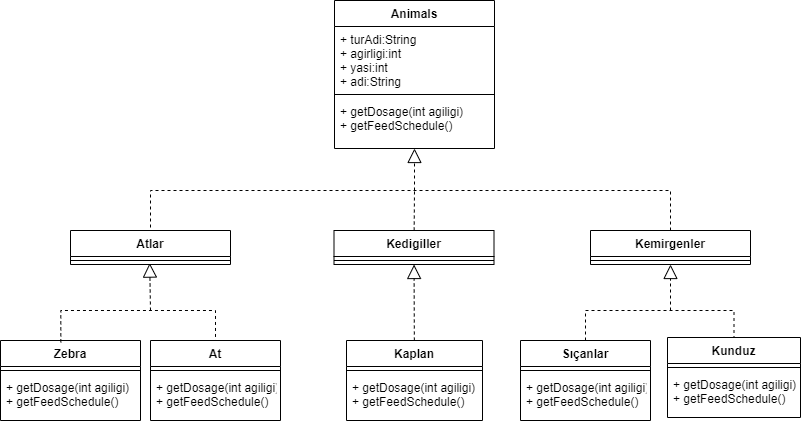
Before: HayvanatBahçesi.drawio.png, a diagram exported from draw.io (sinanokan/Patika-Object-Oriented-Programming). Source tidied: cells renumbered, new cells last; positions are measured from the earlier drawing's top-left corner, leaving out a move shared by most shapes.
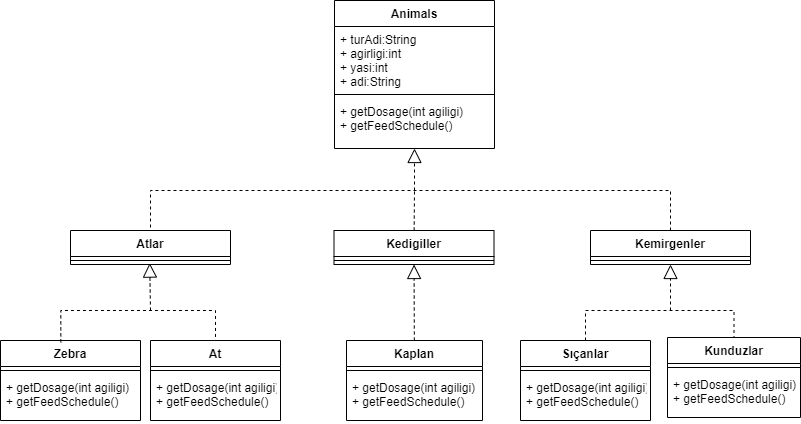
Above is the later version.

Commit message:
Güncelleme HayvanatBahçesi

The edit, as a diff of the source:
```diff
@@ -102,7 +102,7 @@
     <mxCell id="29" value="+ getDosage(int agiligi)&#10;+ getFeedSchedule()" style="text;strokeColor=none;fillColor=none;align=left;verticalAlign=top;spacingLeft=4;spacingRight=4;overflow=hidden;" parent="27" vertex="1">
       <mxGeometry y="34" width="130" height="46" as="geometry" />
     </mxCell>
-    <mxCell id="30" value="Kunduz" style="swimlane;fontStyle=1;align=center;verticalAlign=top;horizontal=1;startSize=26;" parent="1" vertex="1">
+    <mxCell id="30" value="Kunduzlar" style="swimlane;fontStyle=1;align=center;verticalAlign=top;horizontal=1;startSize=26;" parent="1" vertex="1">
       <mxGeometry x="667" y="337" width="133" height="80" as="geometry" />
     </mxCell>
     <mxCell id="31" style="line;strokeWidth=1;fillColor=none;align=left;verticalAlign=middle;spacingTop=-1;spacingLeft=3;spacingRight=3;labelPosition=right;strokeColor=inherit;" parent="30" vertex="1">
```
